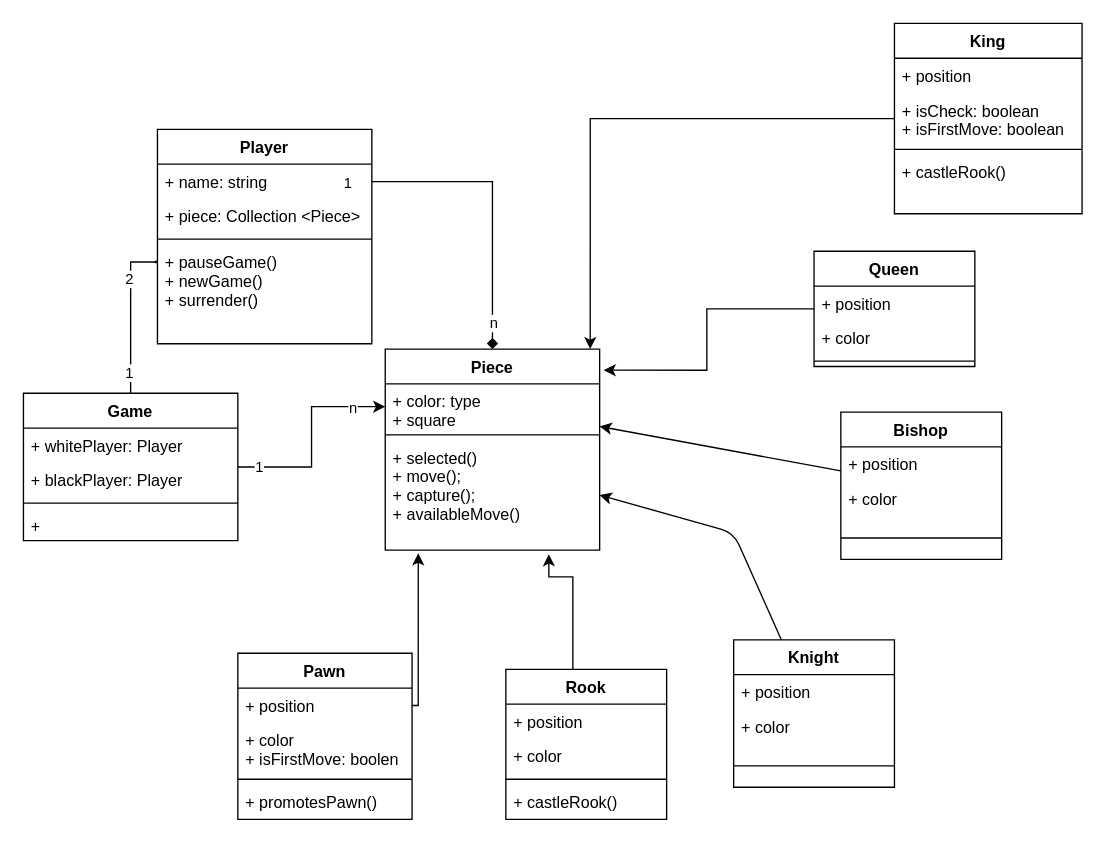
This is uml/classDiagram.drawio from felixnguyen678/chess.com, a draw.io file, before an edit. Source tidied: cells renumbered, new cells numbered last; positions are measured from the earlier drawing's top-left corner, leaving out a move shared by most shapes. Both pictures are drawn from the tidied source at 134%, with x=0, y=0 at pixel (23, 23).
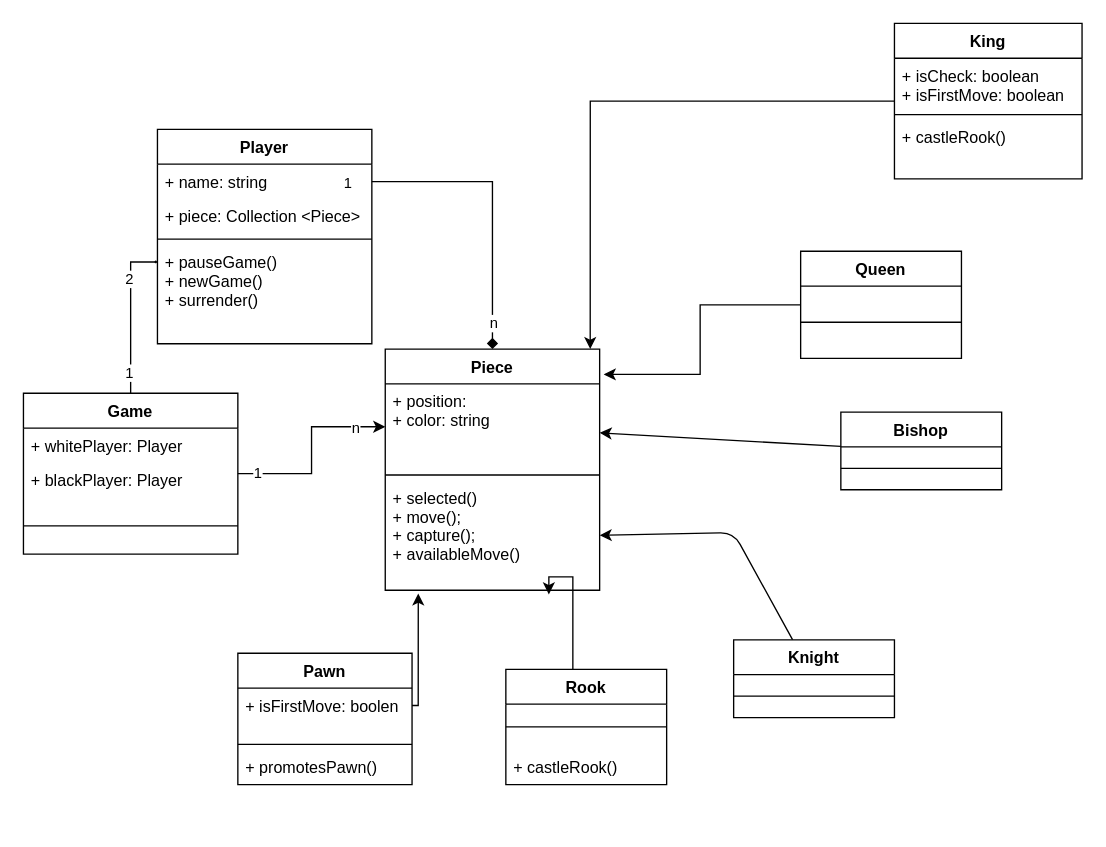
After the change.

Commit message:
nhom_1 | Update properties of piece

What changed in the source:
```diff
@@
     <mxCell id="2" value="Piece" style="swimlane;fontStyle=1;align=center;verticalAlign=top;horizontal=1;startSize=26;" parent="1" vertex="1">
-      <mxGeometry x="270" y="243" width="160" height="150" as="geometry" />
+      <mxGeometry x="270" y="243" width="160" height="180" as="geometry" />
     </mxCell>
-    <mxCell id="3" value="+ color: type&#10;+ square" style="text;strokeColor=none;fillColor=none;align=left;verticalAlign=top;spacingLeft=4;spacingRight=4;overflow=hidden;points=[[0,0.5],[1,0.5]];portConstraint=eastwest;" parent="2" vertex="1">
-      <mxGeometry y="26" width="160" height="34" as="geometry" />
+    <mxCell id="3" value="+ position:&#10;+ color: string" style="text;strokeColor=none;fillColor=none;align=left;verticalAlign=top;spacingLeft=4;spacingRight=4;overflow=hidden;points=[[0,0.5],[1,0.5]];portConstraint=eastwest;" parent="2" vertex="1">
+      <mxGeometry y="26" width="160" height="64" as="geometry" />
     </mxCell>
     <mxCell id="4" style="line;strokeWidth=1;fillColor=none;align=left;verticalAlign=middle;spacingTop=-1;spacingLeft=3;spacingRight=3;labelPosition=right;" parent="2" vertex="1">
-      <mxGeometry y="60" width="160" height="8" as="geometry" />
+      <mxGeometry y="90" width="160" height="8" as="geometry" />
     </mxCell>
     <mxCell id="5" value="+ selected()&#10;+ move();&#10;+ capture();&#10;+ availableMove()" style="text;strokeColor=none;fillColor=none;align=left;verticalAlign=top;spacingLeft=4;spacingRight=4;overflow=hidden;points=[[0,0.5],[1,0.5]];portConstraint=eastwest;" parent="2" vertex="1">
-      <mxGeometry y="68" width="160" height="82" as="geometry" />
+      <mxGeometry y="98" width="160" height="82" as="geometry" />
     </mxCell>
@@
     <mxCell id="7" value="Pawn" style="swimlane;fontStyle=1;align=center;verticalAlign=top;horizontal=1;startSize=26;" parent="1" vertex="1">
-      <mxGeometry x="160" y="470" width="130" height="124" as="geometry" />
+      <mxGeometry x="160" y="470" width="130" height="98" as="geometry" />
     </mxCell>
-    <mxCell id="8" value="+ position&#10;" style="text;strokeColor=none;fillColor=none;align=left;verticalAlign=top;spacingLeft=4;spacingRight=4;overflow=hidden;" parent="7" vertex="1">
-      <mxGeometry y="26" width="130" height="26" as="geometry" />
-    </mxCell>
-    <mxCell id="9" value="+ color&#10;+ isFirstMove: boolen" style="text;strokeColor=none;fillColor=none;align=left;verticalAlign=top;spacingLeft=4;spacingRight=4;overflow=hidden;" parent="7" vertex="1">
-      <mxGeometry y="52" width="130" height="38" as="geometry" />
+    <mxCell id="9" value="+ isFirstMove: boolen" style="text;strokeColor=none;fillColor=none;align=left;verticalAlign=top;spacingLeft=4;spacingRight=4;overflow=hidden;" parent="7" vertex="1">
+      <mxGeometry y="26" width="130" height="38" as="geometry" />
     </mxCell>
     <mxCell id="10" style="line;strokeWidth=1;fillColor=none;align=left;verticalAlign=middle;spacingTop=-1;spacingLeft=3;spacingRight=3;labelPosition=right;" parent="7" vertex="1">
-      <mxGeometry y="90" width="130" height="8" as="geometry" />
+      <mxGeometry y="64" width="130" height="8" as="geometry" />
     </mxCell>
     <mxCell id="11" value="+ promotesPawn()" style="text;strokeColor=none;fillColor=none;align=left;verticalAlign=top;spacingLeft=4;spacingRight=4;overflow=hidden;" parent="7" vertex="1">
-      <mxGeometry y="98" width="130" height="26" as="geometry" />
+      <mxGeometry y="72" width="130" height="26" as="geometry" />
     </mxCell>
@@
     <mxCell id="13" value="Rook" style="swimlane;fontStyle=1;align=center;verticalAlign=top;horizontal=1;startSize=26;" parent="1" vertex="1">
-      <mxGeometry x="360" y="482" width="120" height="112" as="geometry" />
+      <mxGeometry x="360" y="482" width="120" height="86" as="geometry" />
     </mxCell>
-    <mxCell id="14" value="+ position&#10;" style="text;strokeColor=none;fillColor=none;align=left;verticalAlign=top;spacingLeft=4;spacingRight=4;overflow=hidden;" parent="13" vertex="1">
-      <mxGeometry y="26" width="120" height="26" as="geometry" />
-    </mxCell>
-    <mxCell id="15" value="+ color" style="text;strokeColor=none;fillColor=none;align=left;verticalAlign=top;spacingLeft=4;spacingRight=4;overflow=hidden;" parent="13" vertex="1">
-      <mxGeometry y="52" width="120" height="26" as="geometry" />
-    </mxCell>
     <mxCell id="16" style="line;strokeWidth=1;fillColor=none;align=left;verticalAlign=middle;spacingTop=-1;spacingLeft=3;spacingRight=3;labelPosition=right;" parent="13" vertex="1">
-      <mxGeometry y="78" width="120" height="8" as="geometry" />
+      <mxGeometry y="26" width="120" height="34" as="geometry" />
     </mxCell>
     <mxCell id="17" value="+ castleRook()" style="text;strokeColor=none;fillColor=none;align=left;verticalAlign=top;spacingLeft=4;spacingRight=4;overflow=hidden;" parent="13" vertex="1">
-      <mxGeometry y="86" width="120" height="26" as="geometry" />
+      <mxGeometry y="60" width="120" height="26" as="geometry" />
     </mxCell>
@@
     <mxCell id="19" value="Bishop" style="swimlane;fontStyle=1;align=center;verticalAlign=top;horizontal=1;startSize=26;" parent="1" vertex="1">
-      <mxGeometry x="610" y="290" width="120" height="110" as="geometry" />
+      <mxGeometry x="610" y="290" width="120" height="58" as="geometry" />
     </mxCell>
-    <mxCell id="20" value="+ position&#10;" style="text;strokeColor=none;fillColor=none;align=left;verticalAlign=top;spacingLeft=4;spacingRight=4;overflow=hidden;" parent="19" vertex="1">
-      <mxGeometry y="26" width="120" height="26" as="geometry" />
-    </mxCell>
-    <mxCell id="21" value="+ color" style="text;strokeColor=none;fillColor=none;align=left;verticalAlign=top;spacingLeft=4;spacingRight=4;overflow=hidden;" parent="19" vertex="1">
-      <mxGeometry y="52" width="120" height="26" as="geometry" />
-    </mxCell>
     <mxCell id="22" style="line;strokeWidth=1;fillColor=none;align=left;verticalAlign=middle;spacingTop=-1;spacingLeft=3;spacingRight=3;labelPosition=right;" parent="19" vertex="1">
-      <mxGeometry y="78" width="120" height="32" as="geometry" />
+      <mxGeometry y="26" width="120" height="32" as="geometry" />
     </mxCell>
@@
     <mxCell id="24" value="Queen" style="swimlane;fontStyle=1;align=center;verticalAlign=top;horizontal=1;startSize=26;" parent="1" vertex="1">
-      <mxGeometry x="590" y="170" width="120" height="86" as="geometry" />
+      <mxGeometry x="580" y="170" width="120" height="80" as="geometry" />
     </mxCell>
-    <mxCell id="25" value="+ position&#10;" style="text;strokeColor=none;fillColor=none;align=left;verticalAlign=top;spacingLeft=4;spacingRight=4;overflow=hidden;" parent="24" vertex="1">
-      <mxGeometry y="26" width="120" height="26" as="geometry" />
-    </mxCell>
-    <mxCell id="26" value="+ color" style="text;strokeColor=none;fillColor=none;align=left;verticalAlign=top;spacingLeft=4;spacingRight=4;overflow=hidden;" parent="24" vertex="1">
-      <mxGeometry y="52" width="120" height="26" as="geometry" />
-    </mxCell>
     <mxCell id="27" style="line;strokeWidth=1;fillColor=none;align=left;verticalAlign=middle;spacingTop=-1;spacingLeft=3;spacingRight=3;labelPosition=right;" parent="24" vertex="1">
-      <mxGeometry y="78" width="120" height="8" as="geometry" />
+      <mxGeometry y="26" width="120" height="54" as="geometry" />
     </mxCell>
@@
     <mxCell id="29" value="King" style="swimlane;fontStyle=1;align=center;verticalAlign=top;horizontal=1;startSize=26;" parent="1" vertex="1">
-      <mxGeometry x="650" width="140" height="142" as="geometry" />
+      <mxGeometry x="650" width="140" height="116" as="geometry" />
     </mxCell>
-    <mxCell id="30" value="+ position&#10;" style="text;strokeColor=none;fillColor=none;align=left;verticalAlign=top;spacingLeft=4;spacingRight=4;overflow=hidden;" parent="29" vertex="1">
-      <mxGeometry y="26" width="140" height="26" as="geometry" />
-    </mxCell>
     <mxCell id="31" value="+ isCheck: boolean&#10;+ isFirstMove: boolean" style="text;strokeColor=none;fillColor=none;align=left;verticalAlign=top;spacingLeft=4;spacingRight=4;overflow=hidden;" parent="29" vertex="1">
-      <mxGeometry y="52" width="140" height="38" as="geometry" />
+      <mxGeometry y="26" width="140" height="38" as="geometry" />
     </mxCell>
     <mxCell id="32" style="line;strokeWidth=1;fillColor=none;align=left;verticalAlign=middle;spacingTop=-1;spacingLeft=3;spacingRight=3;labelPosition=right;" parent="29" vertex="1">
-      <mxGeometry y="90" width="140" height="8" as="geometry" />
+      <mxGeometry y="64" width="140" height="8" as="geometry" />
     </mxCell>
     <mxCell id="33" value="+ castleRook()" style="text;strokeColor=none;fillColor=none;align=left;verticalAlign=top;spacingLeft=4;spacingRight=4;overflow=hidden;" parent="29" vertex="1">
-      <mxGeometry y="98" width="140" height="44" as="geometry" />
+      <mxGeometry y="72" width="140" height="44" as="geometry" />
     </mxCell>
@@
     <mxCell id="48" value="Game" style="swimlane;fontStyle=1;align=center;verticalAlign=top;horizontal=1;startSize=26;" parent="1" vertex="1">
-      <mxGeometry y="276" width="160" height="110" as="geometry" />
+      <mxGeometry y="276" width="160" height="120" as="geometry" />
     </mxCell>
@@
     <mxCell id="51" style="line;strokeWidth=1;fillColor=none;align=left;verticalAlign=middle;spacingTop=-1;spacingLeft=3;spacingRight=3;labelPosition=right;" parent="48" vertex="1">
-      <mxGeometry y="78" width="160" height="8" as="geometry" />
+      <mxGeometry y="78" width="160" height="42" as="geometry" />
     </mxCell>
-    <mxCell id="52" value="+ " style="text;strokeColor=none;fillColor=none;align=left;verticalAlign=top;spacingLeft=4;spacingRight=4;overflow=hidden;" parent="48" vertex="1">
-      <mxGeometry y="86" width="160" height="24" as="geometry" />
-    </mxCell>
@@
     <mxCell id="55" value="Knight" style="swimlane;fontStyle=1;align=center;verticalAlign=top;horizontal=1;startSize=26;" parent="1" vertex="1">
-      <mxGeometry x="530" y="460" width="120" height="110" as="geometry" />
+      <mxGeometry x="530" y="460" width="120" height="58" as="geometry" />
     </mxCell>
-    <mxCell id="56" value="+ position&#10;" style="text;strokeColor=none;fillColor=none;align=left;verticalAlign=top;spacingLeft=4;spacingRight=4;overflow=hidden;" parent="55" vertex="1">
-      <mxGeometry y="26" width="120" height="26" as="geometry" />
-    </mxCell>
-    <mxCell id="57" value="+ color" style="text;strokeColor=none;fillColor=none;align=left;verticalAlign=top;spacingLeft=4;spacingRight=4;overflow=hidden;" parent="55" vertex="1">
-      <mxGeometry y="52" width="120" height="26" as="geometry" />
-    </mxCell>
     <mxCell id="58" style="line;strokeWidth=1;fillColor=none;align=left;verticalAlign=middle;spacingTop=-1;spacingLeft=3;spacingRight=3;labelPosition=right;" parent="55" vertex="1">
-      <mxGeometry y="78" width="120" height="32" as="geometry" />
+      <mxGeometry y="26" width="120" height="32" as="geometry" />
     </mxCell>
```
